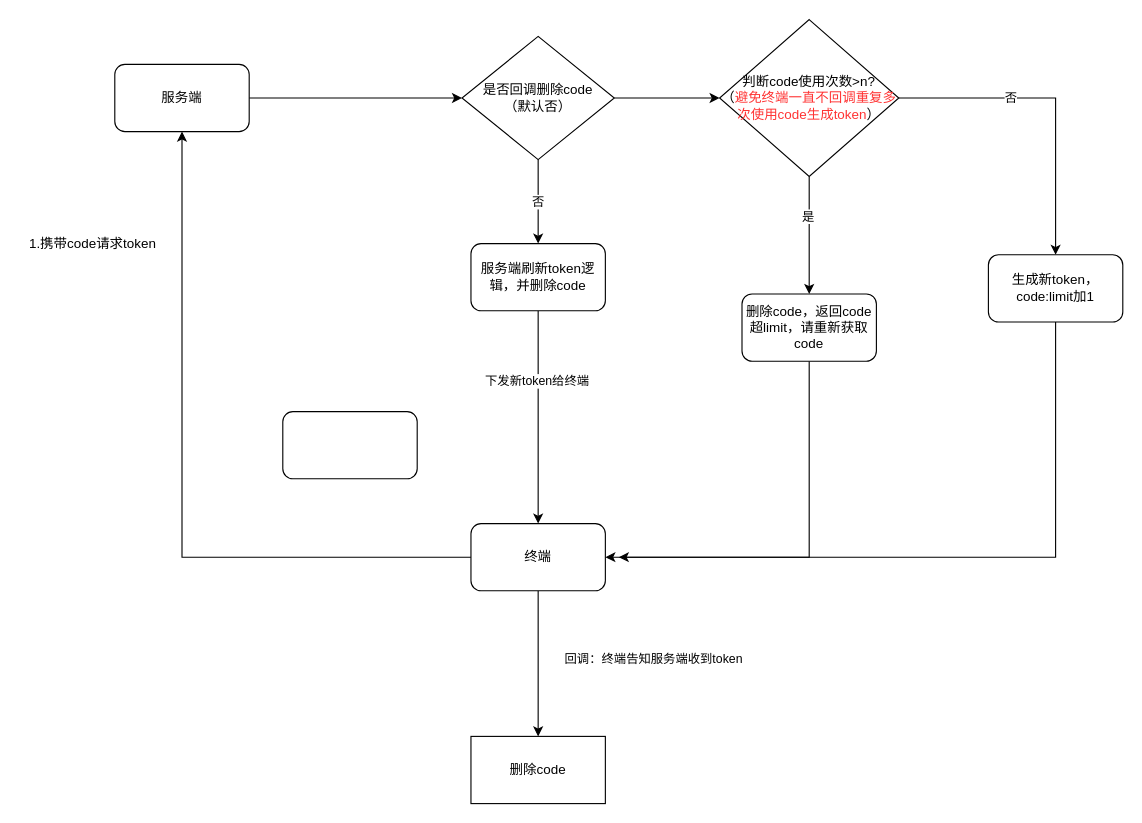
Above: Untitled Diagram.drawio in Luyq-java/gupao-course (draw.io), before the change. Source tidied: cells renumbered, new cells numbered last; positions are measured from the earlier drawing's top-left corner, leaving out a move shared by most shapes. Both pictures are drawn from the tidied source at 112%, with x=0, y=0 at pixel (19, 19).
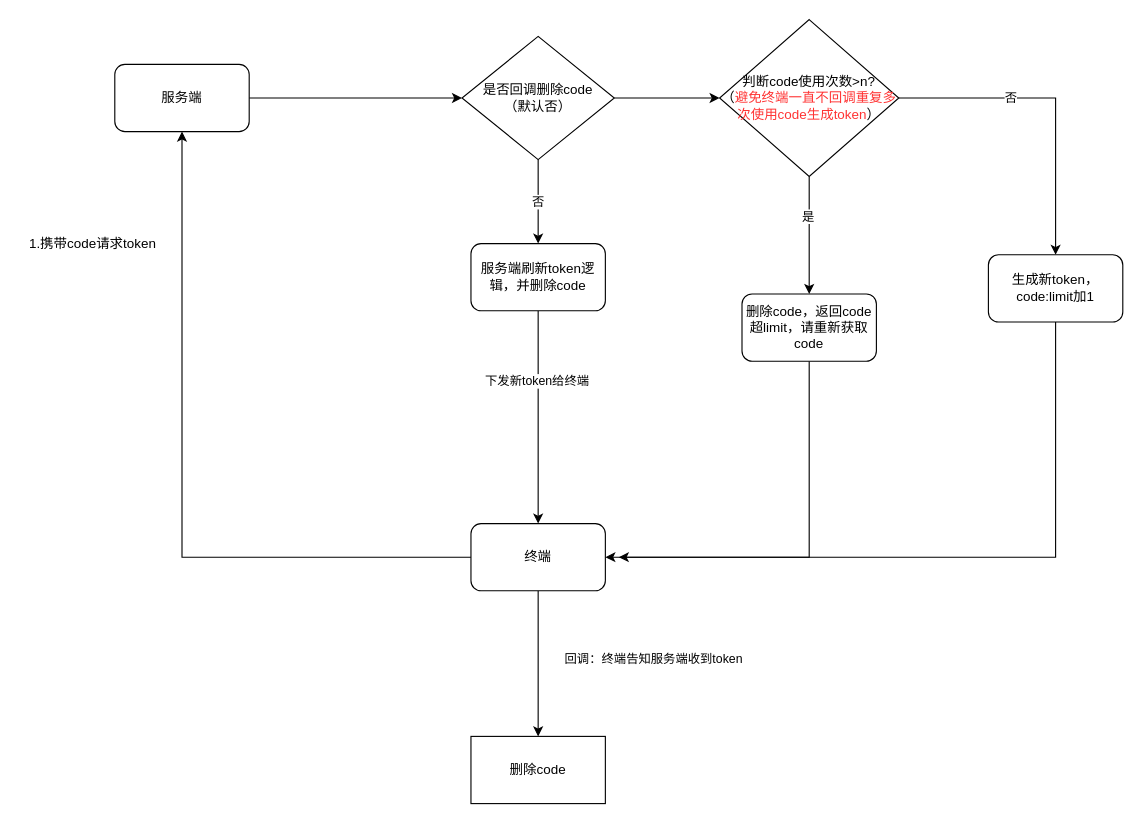
The same page after the edit.

The edit, as a diff of the source:
```diff
@@
-    <mxCell id="24" style="rounded=1;whiteSpace=wrap;html=1;" parent="1" vertex="1">
-      <mxGeometry x="235" y="350" width="120" height="60" as="geometry" />
-    </mxCell>
```
